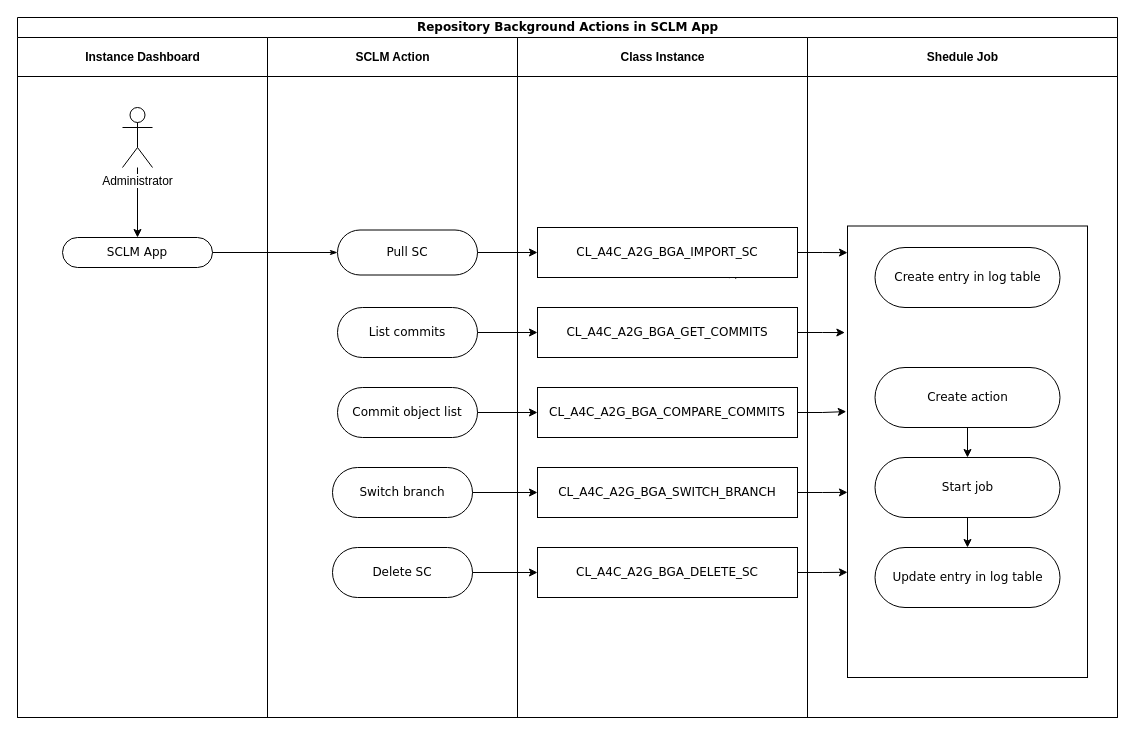
This is Untitled Diagram.drawio from derev-o/home, a draw.io file, before an edit. Source tidied: cells renumbered, new cells numbered last; positions are measured from the earlier drawing's top-left corner, leaving out a move shared by most shapes. Both pictures are drawn from the tidied source at 100%, with x=0, y=0 at pixel (17, 17).
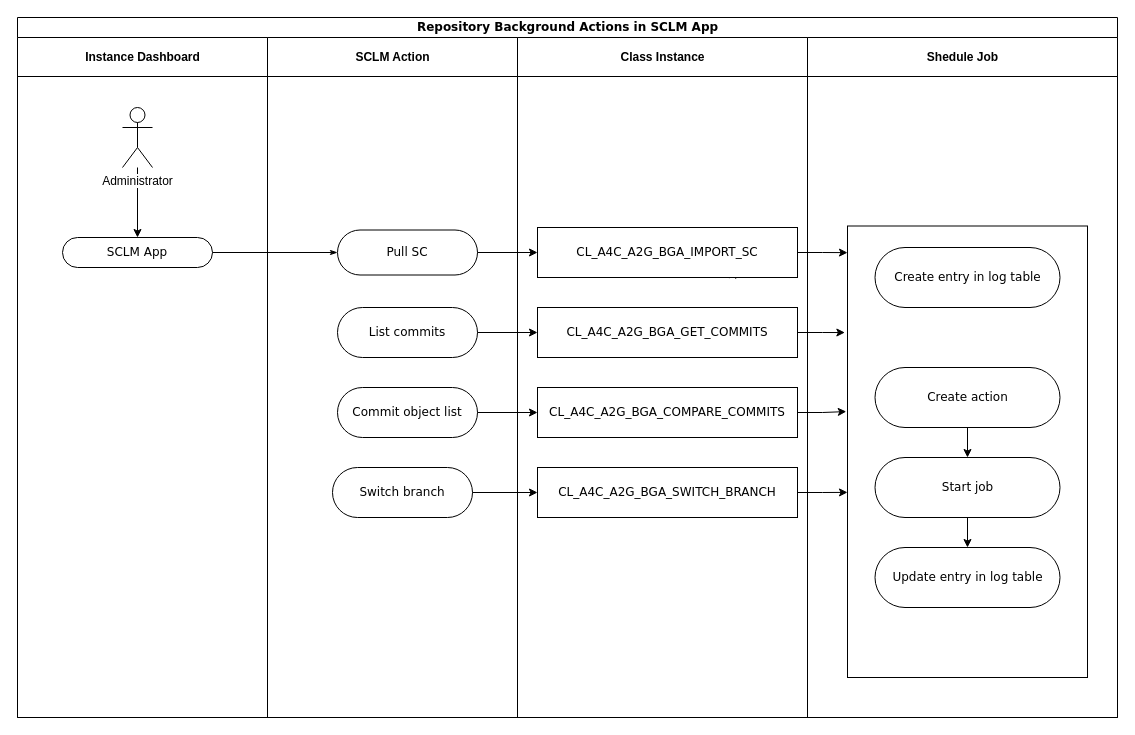
After the change.

Unchanged cells that the change refers to:
```xml
<mxCell id="2" value="Repository Background Actions in SCLM App" style="swimlane;html=1;startSize=20;rounded=0;shadow=0;comic=0;labelBackgroundColor=none;strokeWidth=1;fontFamily=Verdana;fontSize=12;align=center;" parent="1" vertex="1">
  <mxGeometry width="1100" height="700" as="geometry" />
</mxCell>
<mxCell id="7" value="SCLM Action" style="swimlane;html=1;startSize=39;" parent="2" vertex="1">
  <mxGeometry x="250" y="20" width="250" height="680" as="geometry" />
</mxCell>
<mxCell id="13" value="Class Instance" style="swimlane;html=1;startSize=39;" parent="2" vertex="1">
  <mxGeometry x="500" y="20" width="290" height="680" as="geometry" />
</mxCell>
<mxCell id="27" style="rounded=0;whiteSpace=wrap;html=1;" parent="26" vertex="1">
  <mxGeometry x="40" y="188.5" width="240" height="451.5" as="geometry" />
</mxCell>
```

What changed in the source:
```diff
@@
-    <mxCell id="12" value="Delete SC" style="rounded=1;whiteSpace=wrap;html=1;shadow=0;comic=0;labelBackgroundColor=none;strokeWidth=1;fontFamily=Verdana;fontSize=12;align=center;arcSize=50;" parent="7" vertex="1">
-      <mxGeometry x="65" y="510" width="140" height="50" as="geometry" />
-    </mxCell>
@@
-    <mxCell id="15" value="CL_A4C_A2G_BGA_DELETE_SC" style="rounded=0;whiteSpace=wrap;html=1;shadow=0;comic=0;labelBackgroundColor=none;strokeWidth=1;fontFamily=Verdana;fontSize=12;align=center;arcSize=50;" parent="13" vertex="1">
-      <mxGeometry x="20" y="510" width="260" height="50" as="geometry" />
-    </mxCell>
@@
-    <mxCell id="25" style="edgeStyle=orthogonalEdgeStyle;rounded=0;jettySize=auto;html=1;exitX=1;exitY=0.5;exitDx=0;exitDy=0;" parent="2" edge="1" source="12" target="15">
-      <mxGeometry relative="1" as="geometry" />
-    </mxCell>
@@
-    <mxCell id="38" style="edgeStyle=orthogonalEdgeStyle;rounded=0;jettySize=auto;html=1;exitX=1;exitY=0.5;exitDx=0;exitDy=0;entryX=0;entryY=0.767;entryDx=0;entryDy=0;entryPerimeter=0;" parent="2" edge="1" source="15" target="27">
-      <mxGeometry relative="1" as="geometry" />
-    </mxCell>
```
